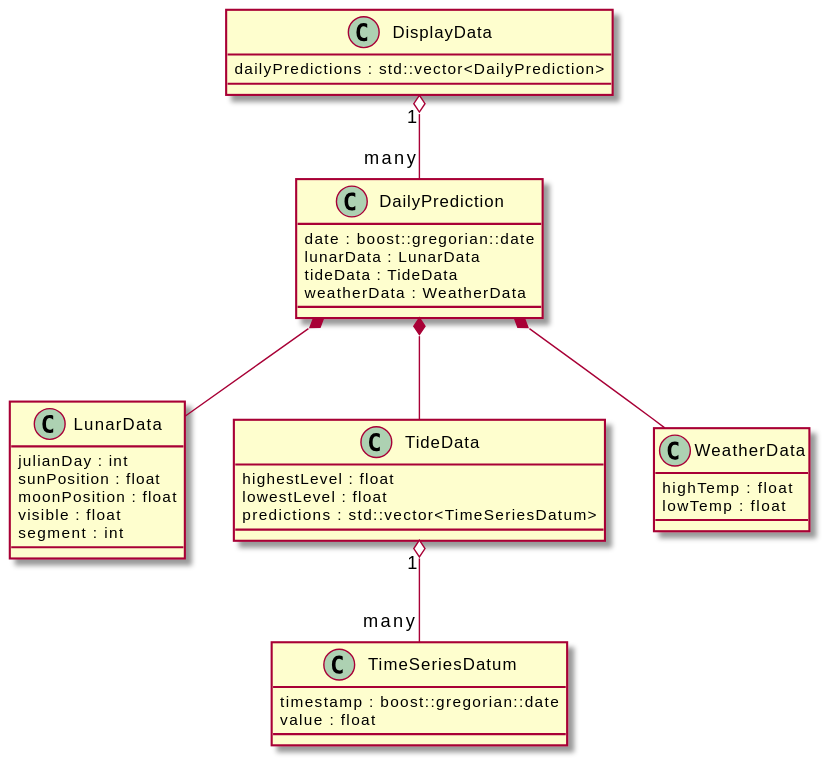
The PlantUML diagram docs/DisplayDataClasses.svg in ciroque/tidal, before a commit.
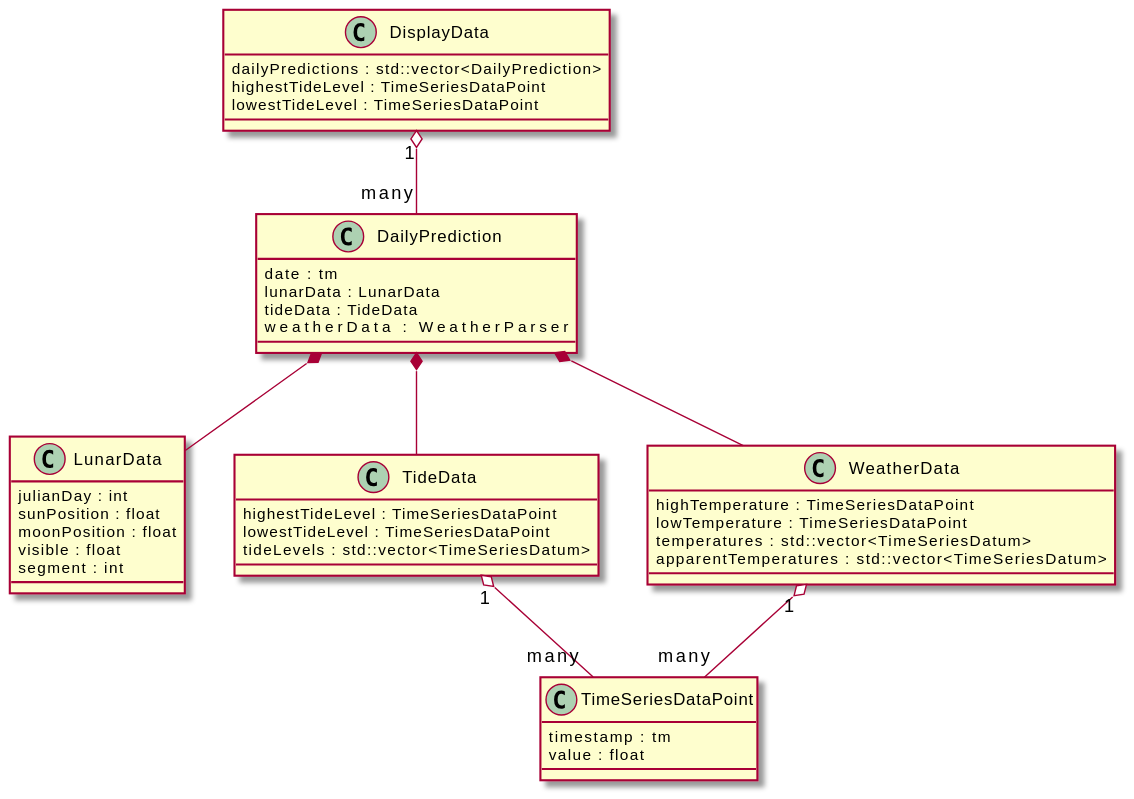
Above is the later version.

Change to the diagram source:
```diff
@@ -1,19 +1,21 @@
 @startuml
 
-class TimeSeriesDatum {
-    timestamp : boost::gregorian::date
+class TimeSeriesDataPoint {
+    timestamp : tm
     value : float
 }
 
 class DisplayData {
     dailyPredictions : std::vector<DailyPrediction>
+    highestTideLevel : TimeSeriesDataPoint
+    lowestTideLevel : TimeSeriesDataPoint
 }
 
 class DailyPrediction {
-    date : boost::gregorian::date
+    date : tm
     lunarData : LunarData
     tideData : TideData
-    weatherData : WeatherData
+    weatherData : WeatherParser
 }
 
 class LunarData {
@@ -25,21 +27,24 @@
 }
 
 class TideData {
-    highestLevel : float
-    lowestLevel : float
-    predictions : std::vector<TimeSeriesDatum>
+    highestTideLevel : TimeSeriesDataPoint
+    lowestTideLevel : TimeSeriesDataPoint
+    tideLevels : std::vector<TimeSeriesDatum>
 }
 
 class WeatherData {
-    highTemp : float
-    lowTemp : float
+    highTemperature : TimeSeriesDataPoint
+    lowTemperature : TimeSeriesDataPoint
+    temperatures : std::vector<TimeSeriesDatum>
+    apparentTemperatures : std::vector<TimeSeriesDatum>
 }
 
 DisplayData "1" o-- "many" DailyPrediction
 DailyPrediction *-- LunarData
 DailyPrediction *-- TideData
 DailyPrediction *-- WeatherData
-TideData "1" o-- "many" TimeSeriesDatum
+TideData "1" o-- "many" TimeSeriesDataPoint
+WeatherData "1" o-- "many" TimeSeriesDataPoint
 
 
 @enduml
```
